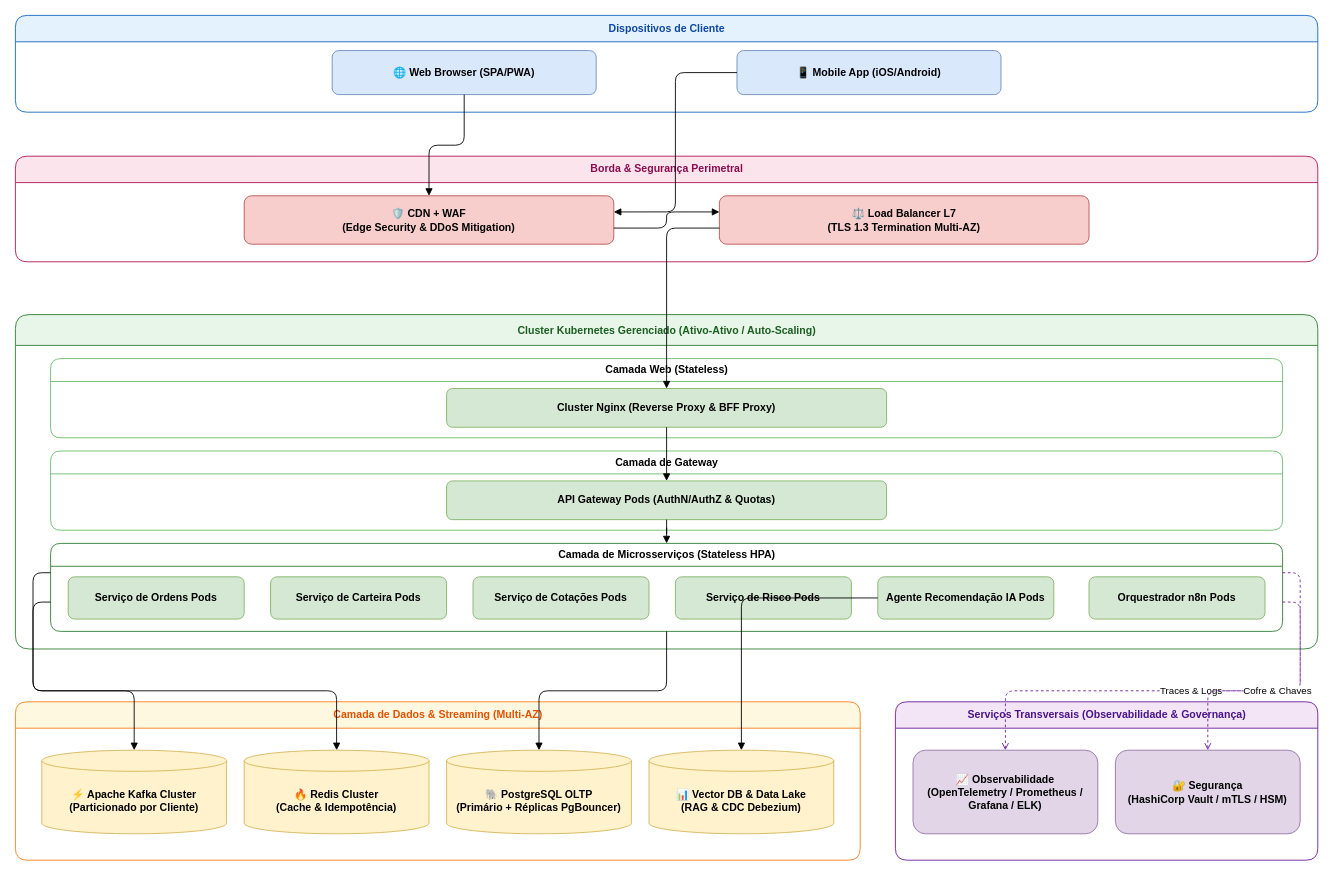
Before: Artefatos/Fase2/05_Implantacao_MultiAZ_Bank_OnlineX.drawio in MathGueff/mineracao-de-dados-poc-bank-online, a draw.io diagram. Source tidied: cells renumbered, new cells numbered last; positions are measured from the earlier drawing's top-left corner, leaving out a move shared by most shapes. Both pictures are drawn from the tidied source at 88%, with x=0, y=0 at pixel (15, 15).
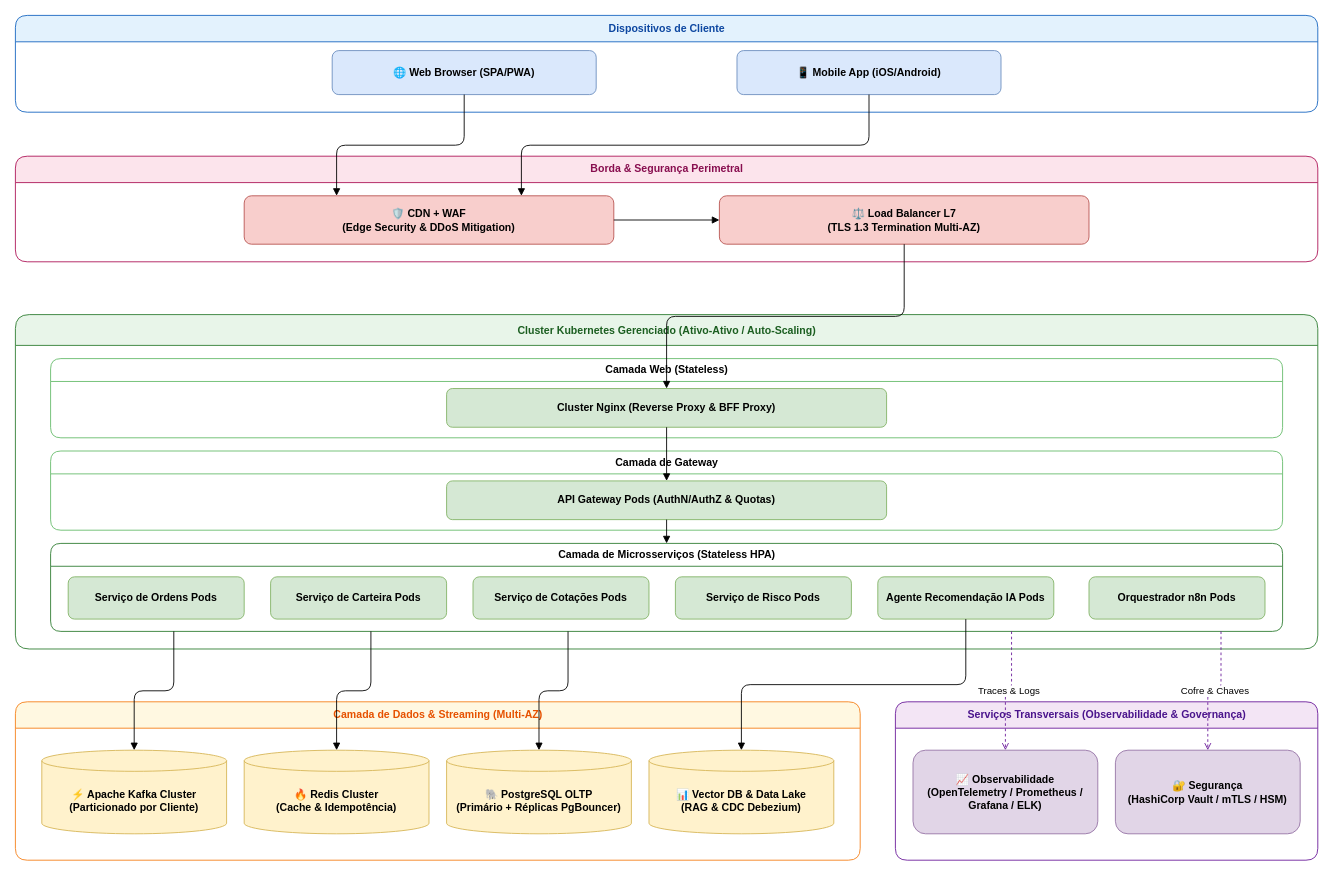
Above is the later version.

The change refers to these unchanged cells:
```xml
<mxCell id="9" value="Camada de Microsserviços (Stateless HPA)" style="swimlane;startSize=26;fillColor=#ffffff;strokeColor=#2e7d32;fontStyle=1;rounded=1;html=1;" parent="4" vertex="1">
  <mxGeometry x="40" y="260" width="1400" height="100" as="geometry" />
</mxCell>
<mxCell id="10" value="🌐 Web Browser (SPA/PWA)" style="rounded=1;whiteSpace=wrap;html=1;fillColor=#dae8fc;strokeColor=#6c8ebf;fontStyle=1;" parent="2" vertex="1">
  <mxGeometry x="360" y="40" width="300" height="50" as="geometry" />
</mxCell>
<mxCell id="11" value="📱 Mobile App (iOS/Android)" style="rounded=1;whiteSpace=wrap;html=1;fillColor=#dae8fc;strokeColor=#6c8ebf;fontStyle=1;" parent="2" vertex="1">
  <mxGeometry x="820" y="40" width="300" height="50" as="geometry" />
</mxCell>
<mxCell id="12" value="🛡️ CDN + WAF&#10;(Edge Security &amp; DDoS Mitigation)" style="rounded=1;whiteSpace=wrap;html=1;fillColor=#f8cecc;strokeColor=#b85450;fontStyle=1;" parent="3" vertex="1">
  <mxGeometry x="260" y="45" width="420" height="55" as="geometry" />
</mxCell>
<mxCell id="13" value="⚖️ Load Balancer L7&#10;(TLS 1.3 Termination Multi-AZ)" style="rounded=1;whiteSpace=wrap;html=1;fillColor=#f8cecc;strokeColor=#b85450;fontStyle=1;" parent="3" vertex="1">
  <mxGeometry x="800" y="45" width="420" height="55" as="geometry" />
</mxCell>
<mxCell id="14" value="Cluster Nginx (Reverse Proxy &amp; BFF Proxy)" style="rounded=1;whiteSpace=wrap;html=1;fillColor=#d5e8d4;strokeColor=#82b366;fontStyle=1;" parent="7" vertex="1">
  <mxGeometry x="450" y="34" width="500" height="44" as="geometry" />
</mxCell>
<mxCell id="15" value="API Gateway Pods (AuthN/AuthZ &amp; Quotas)" style="rounded=1;whiteSpace=wrap;html=1;fillColor=#d5e8d4;strokeColor=#82b366;fontStyle=1;" parent="8" vertex="1">
  <mxGeometry x="450" y="34" width="500" height="44" as="geometry" />
</mxCell>
<mxCell id="20" value="Agente Recomendação IA Pods" style="rounded=1;whiteSpace=wrap;html=1;fillColor=#d5e8d4;strokeColor=#82b366;fontStyle=1;" parent="9" vertex="1">
  <mxGeometry x="940" y="38" width="200" height="48" as="geometry" />
</mxCell>
<mxCell id="22" value="⚡ Apache Kafka Cluster&#10;(Particionado por Cliente)" style="shape=cylinder3;whiteSpace=wrap;html=1;boundedLbl=1;backgroundOutline=1;size=12;fillColor=#fff2cc;strokeColor=#d6b656;fontStyle=1;" parent="5" vertex="1">
  <mxGeometry x="30" y="55" width="210" height="95" as="geometry" />
</mxCell>
<mxCell id="23" value="🔥 Redis Cluster&#10;(Cache &amp; Idempotência)" style="shape=cylinder3;whiteSpace=wrap;html=1;boundedLbl=1;backgroundOutline=1;size=12;fillColor=#fff2cc;strokeColor=#d6b656;fontStyle=1;" parent="5" vertex="1">
  <mxGeometry x="260" y="55" width="210" height="95" as="geometry" />
</mxCell>
<mxCell id="24" value="🐘 PostgreSQL OLTP&#10;(Primário + Réplicas PgBouncer)" style="shape=cylinder3;whiteSpace=wrap;html=1;boundedLbl=1;backgroundOutline=1;size=12;fillColor=#fff2cc;strokeColor=#d6b656;fontStyle=1;" parent="5" vertex="1">
  <mxGeometry x="490" y="55" width="210" height="95" as="geometry" />
</mxCell>
<mxCell id="25" value="📊 Vector DB &amp; Data Lake&#10;(RAG &amp; CDC Debezium)" style="shape=cylinder3;whiteSpace=wrap;html=1;boundedLbl=1;backgroundOutline=1;size=12;fillColor=#fff2cc;strokeColor=#d6b656;fontStyle=1;" parent="5" vertex="1">
  <mxGeometry x="720" y="55" width="210" height="95" as="geometry" />
</mxCell>
<mxCell id="26" value="📈 Observabilidade&#10;(OpenTelemetry / Prometheus /&#10;Grafana / ELK)" style="rounded=1;whiteSpace=wrap;html=1;fillColor=#e1d5e7;strokeColor=#9673a6;fontStyle=1;" parent="6" vertex="1">
  <mxGeometry x="20" y="55" width="210" height="95" as="geometry" />
</mxCell>
<mxCell id="27" value="🔐 Segurança&#10;(HashiCorp Vault / mTLS / HSM)" style="rounded=1;whiteSpace=wrap;html=1;fillColor=#e1d5e7;strokeColor=#9673a6;fontStyle=1;" parent="6" vertex="1">
  <mxGeometry x="250" y="55" width="210" height="95" as="geometry" />
</mxCell>
```

The edit, as a diff of the source:
```diff
@@
-    <mxCell id="28" style="edgeStyle=orthogonalEdgeStyle;rounded=1;jettySize=auto;html=1;endArrow=block;endFill=1;" parent="1" edge="1" source="10" target="12">
+    <mxCell id="28" style="edgeStyle=orthogonalEdgeStyle;rounded=1;jettySize=auto;html=1;endArrow=block;endFill=1;exitX=0.5;exitY=1;exitDx=0;exitDy=0;entryX=0.25;entryY=0;entryDx=0;entryDy=0;" parent="1" edge="1" source="10" target="12">
       <mxGeometry relative="1" as="geometry" />
     </mxCell>
-    <mxCell id="29" style="edgeStyle=orthogonalEdgeStyle;rounded=1;jettySize=auto;html=1;endArrow=block;endFill=1;entryX=1;entryY=0.333333;entryDx=0;entryDy=0;" parent="1" edge="1" source="11" target="12">
+    <mxCell id="29" style="edgeStyle=orthogonalEdgeStyle;rounded=1;jettySize=auto;html=1;endArrow=block;endFill=1;exitX=0.5;exitY=1;exitDx=0;exitDy=0;entryX=0.75;entryY=0;entryDx=0;entryDy=0;" parent="1" edge="1" source="11" target="12">
       <mxGeometry relative="1" as="geometry" />
     </mxCell>
-    <mxCell id="30" style="edgeStyle=orthogonalEdgeStyle;rounded=1;jettySize=auto;html=1;endArrow=block;endFill=1;exitX=1;exitY=0.666667;exitDx=0;exitDy=0;entryX=0;entryY=0.333333;entryDx=0;entryDy=0;" parent="1" edge="1" source="12" target="13">
+    <mxCell id="30" style="edgeStyle=orthogonalEdgeStyle;rounded=1;jettySize=auto;html=1;endArrow=block;endFill=1;exitX=1;exitY=0.5;exitDx=0;exitDy=0;entryX=0;entryY=0.5;entryDx=0;entryDy=0;" parent="1" edge="1" source="12" target="13">
       <mxGeometry relative="1" as="geometry" />
     </mxCell>
-    <mxCell id="31" style="edgeStyle=orthogonalEdgeStyle;rounded=1;jettySize=auto;html=1;endArrow=block;endFill=1;exitX=0;exitY=0.666667;exitDx=0;exitDy=0;" parent="1" edge="1" source="13" target="14">
+    <mxCell id="31" style="edgeStyle=orthogonalEdgeStyle;rounded=1;jettySize=auto;html=1;endArrow=block;endFill=1;exitX=0.5;exitY=1;exitDx=0;exitDy=0;entryX=0.5;entryY=0;entryDx=0;entryDy=0;" parent="1" edge="1" source="13" target="14">
       <mxGeometry relative="1" as="geometry" />
     </mxCell>
-    <mxCell id="32" style="edgeStyle=orthogonalEdgeStyle;rounded=1;jettySize=auto;html=1;endArrow=block;endFill=1;" parent="1" edge="1" source="14" target="15">
+    <mxCell id="32" style="edgeStyle=orthogonalEdgeStyle;rounded=1;jettySize=auto;html=1;endArrow=block;endFill=1;exitX=0.5;exitY=1;exitDx=0;exitDy=0;entryX=0.5;entryY=0;entryDx=0;entryDy=0;" parent="1" edge="1" source="14" target="15">
       <mxGeometry relative="1" as="geometry" />
     </mxCell>
-    <mxCell id="33" style="edgeStyle=orthogonalEdgeStyle;rounded=1;jettySize=auto;html=1;endArrow=block;endFill=1;" parent="1" edge="1" source="15" target="9">
+    <mxCell id="33" style="edgeStyle=orthogonalEdgeStyle;rounded=1;jettySize=auto;html=1;endArrow=block;endFill=1;exitX=0.5;exitY=1;exitDx=0;exitDy=0;entryX=0.5;entryY=0;entryDx=0;entryDy=0;" parent="1" edge="1" source="15" target="9">
       <mxGeometry relative="1" as="geometry" />
     </mxCell>
-    <mxCell id="34" style="edgeStyle=orthogonalEdgeStyle;rounded=1;jettySize=auto;html=1;endArrow=block;endFill=1;exitX=0;exitY=0.333333;exitDx=0;exitDy=0;" parent="1" edge="1" source="9" target="22">
+    <mxCell id="34" style="edgeStyle=orthogonalEdgeStyle;rounded=1;jettySize=auto;html=1;endArrow=block;endFill=1;exitX=0.1;exitY=1;exitDx=0;exitDy=0;entryX=0.5;entryY=0;entryDx=0;entryDy=0;" parent="1" edge="1" source="9" target="22">
       <mxGeometry relative="1" as="geometry" />
     </mxCell>
-    <mxCell id="35" style="edgeStyle=orthogonalEdgeStyle;rounded=1;jettySize=auto;html=1;endArrow=block;endFill=1;exitX=0;exitY=0.666667;exitDx=0;exitDy=0;" parent="1" edge="1" source="9" target="23">
+    <mxCell id="35" style="edgeStyle=orthogonalEdgeStyle;rounded=1;jettySize=auto;html=1;endArrow=block;endFill=1;exitX=0.26;exitY=1;exitDx=0;exitDy=0;entryX=0.5;entryY=0;entryDx=0;entryDy=0;" parent="1" edge="1" source="9" target="23">
       <mxGeometry relative="1" as="geometry" />
     </mxCell>
-    <mxCell id="36" style="edgeStyle=orthogonalEdgeStyle;rounded=1;jettySize=auto;html=1;endArrow=block;endFill=1;" parent="1" edge="1" source="9" target="24">
+    <mxCell id="36" style="edgeStyle=orthogonalEdgeStyle;rounded=1;jettySize=auto;html=1;endArrow=block;endFill=1;exitX=0.42;exitY=1;exitDx=0;exitDy=0;entryX=0.5;entryY=0;entryDx=0;entryDy=0;" parent="1" edge="1" source="9" target="24">
       <mxGeometry relative="1" as="geometry" />
     </mxCell>
-    <mxCell id="37" style="edgeStyle=orthogonalEdgeStyle;rounded=1;jettySize=auto;html=1;endArrow=block;endFill=1;" parent="1" edge="1" source="20" target="25">
+    <mxCell id="37" style="edgeStyle=orthogonalEdgeStyle;rounded=1;jettySize=auto;html=1;endArrow=block;endFill=1;exitX=0.5;exitY=1;exitDx=0;exitDy=0;entryX=0.5;entryY=0;entryDx=0;entryDy=0;" parent="1" edge="1" source="20" target="25">
       <mxGeometry relative="1" as="geometry" />
     </mxCell>
-    <mxCell id="38" value="Traces &amp; Logs" style="edgeStyle=orthogonalEdgeStyle;rounded=1;jettySize=auto;html=1;dashed=1;endArrow=open;endFill=0;strokeColor=#6a1b9a;labelBackgroundColor=#ffffff;exitX=1;exitY=0.333333;exitDx=0;exitDy=0;" parent="1" edge="1" source="9" target="26">
+    <mxCell id="38" value="Traces &amp; Logs" style="edgeStyle=orthogonalEdgeStyle;rounded=1;jettySize=auto;html=1;dashed=1;endArrow=open;endFill=0;strokeColor=#6a1b9a;labelBackgroundColor=#ffffff;exitX=0.78;exitY=1;exitDx=0;exitDy=0;entryX=0.5;entryY=0;entryDx=0;entryDy=0;" parent="1" edge="1" source="9" target="26">
       <mxGeometry relative="1" as="geometry" />
     </mxCell>
-    <mxCell id="39" value="Cofre &amp; Chaves" style="edgeStyle=orthogonalEdgeStyle;rounded=1;jettySize=auto;html=1;dashed=1;endArrow=open;endFill=0;strokeColor=#6a1b9a;labelBackgroundColor=#ffffff;exitX=1;exitY=0.666667;exitDx=0;exitDy=0;" parent="1" edge="1" source="9" target="27">
+    <mxCell id="39" value="Cofre &amp; Chaves" style="edgeStyle=orthogonalEdgeStyle;rounded=1;jettySize=auto;html=1;dashed=1;endArrow=open;endFill=0;strokeColor=#6a1b9a;labelBackgroundColor=#ffffff;exitX=0.95;exitY=1;exitDx=0;exitDy=0;entryX=0.5;entryY=0;entryDx=0;entryDy=0;" parent="1" edge="1" source="9" target="27">
       <mxGeometry relative="1" as="geometry" />
     </mxCell>
```
